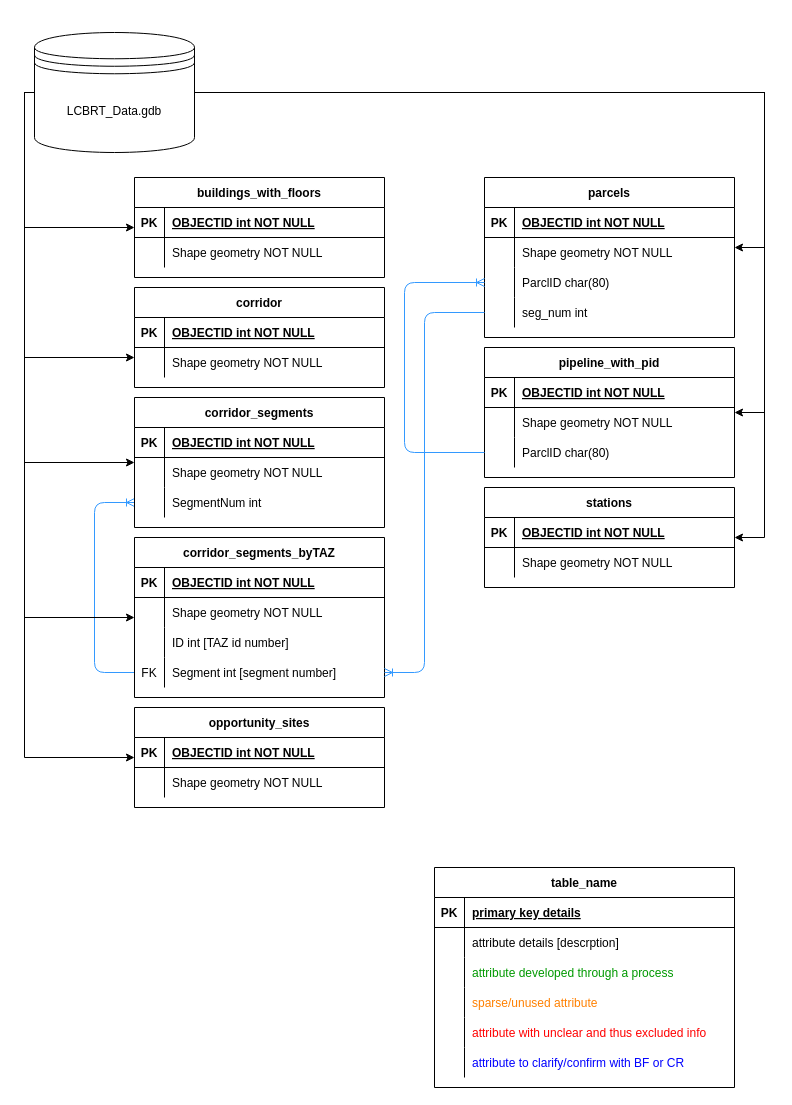
The draw.io diagram page "Relationships" (1 of 9) of Untitled Diagram.drawio in renaissanceplanning/LCBRT_TOD, before the edit. Source tidied: cells renumbered, new cells numbered last; positions are measured from the earlier drawing's top-left corner, leaving out a move shared by most shapes. Both pictures are drawn from the tidied source at 100%, with x=0, y=0 at pixel (24, 32).
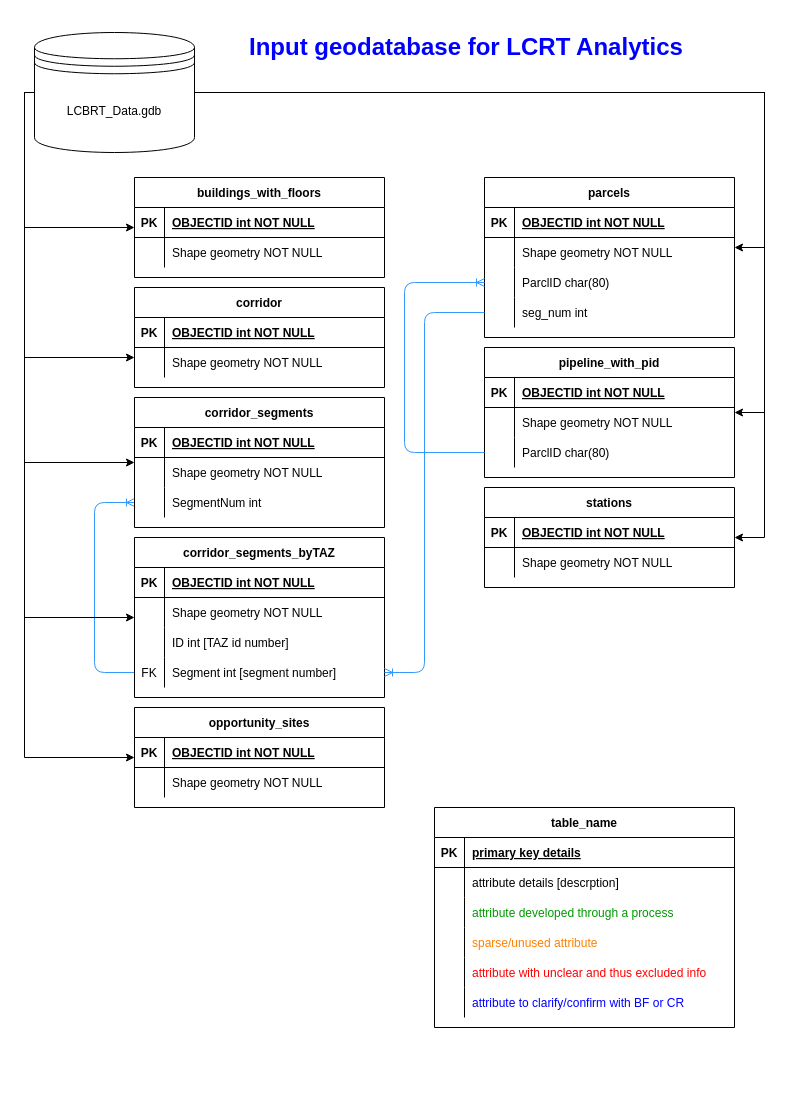
The same diagram, later.

Diff of the diagram source:
```diff
@@
     <mxCell id="88" value="table_name" style="shape=table;startSize=30;childLayout=tableLayout;rowLines=0;fontStyle=1;align=center;" parent="1" vertex="1">
-      <mxGeometry x="410" y="835" width="300" height="220" as="geometry" />
+      <mxGeometry x="410" y="775" width="300" height="220" as="geometry" />
     </mxCell>
@@
+    <mxCell id="107" value="&lt;h1&gt;Input geodatabase for LCRT Analytics&lt;br&gt;&lt;/h1&gt;" style="text;html=1;strokeColor=none;fillColor=none;spacing=5;spacingTop=-20;whiteSpace=wrap;overflow=hidden;rounded=0;fontColor=#0000FF;" parent="1" vertex="1">
+      <mxGeometry x="220" y="-5" width="530" height="60" as="geometry" />
+    </mxCell>
```
